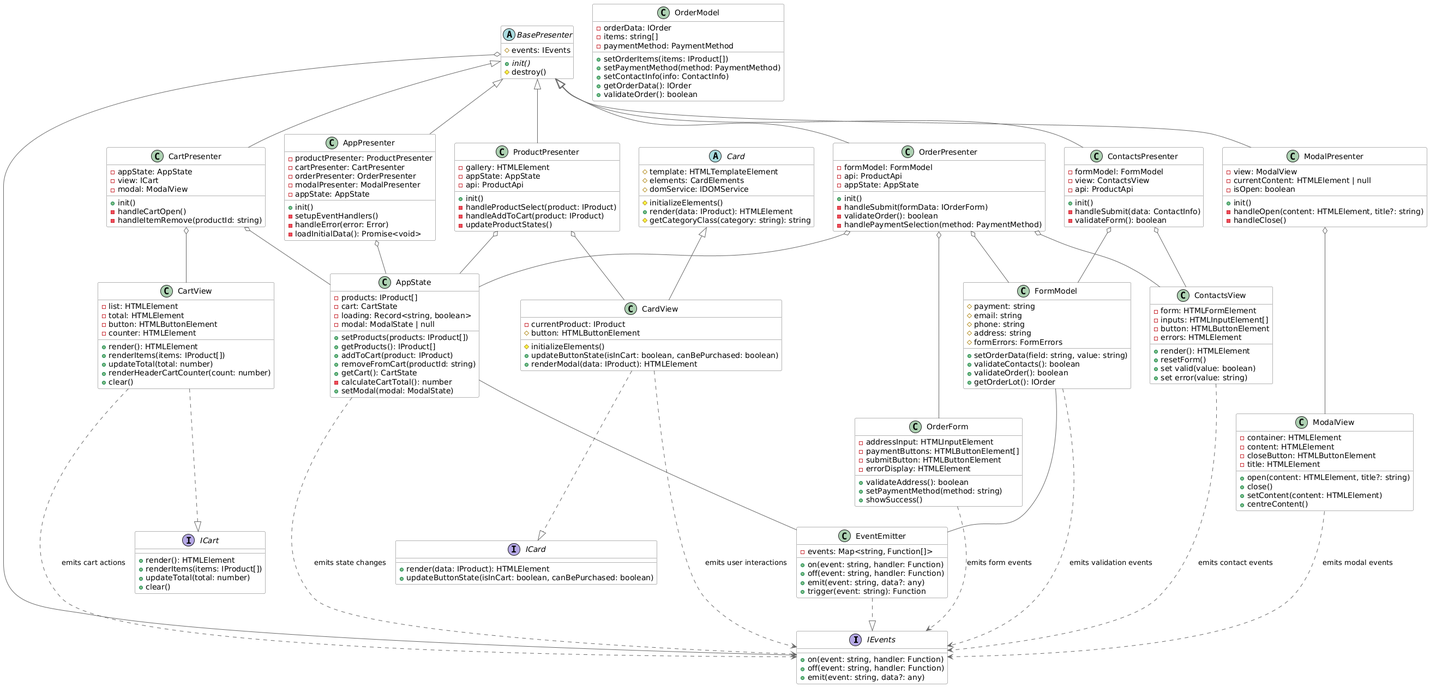
This is UML.png from Olliekse/web-larek-frontend, a PlantUML export, as it was before one commit.
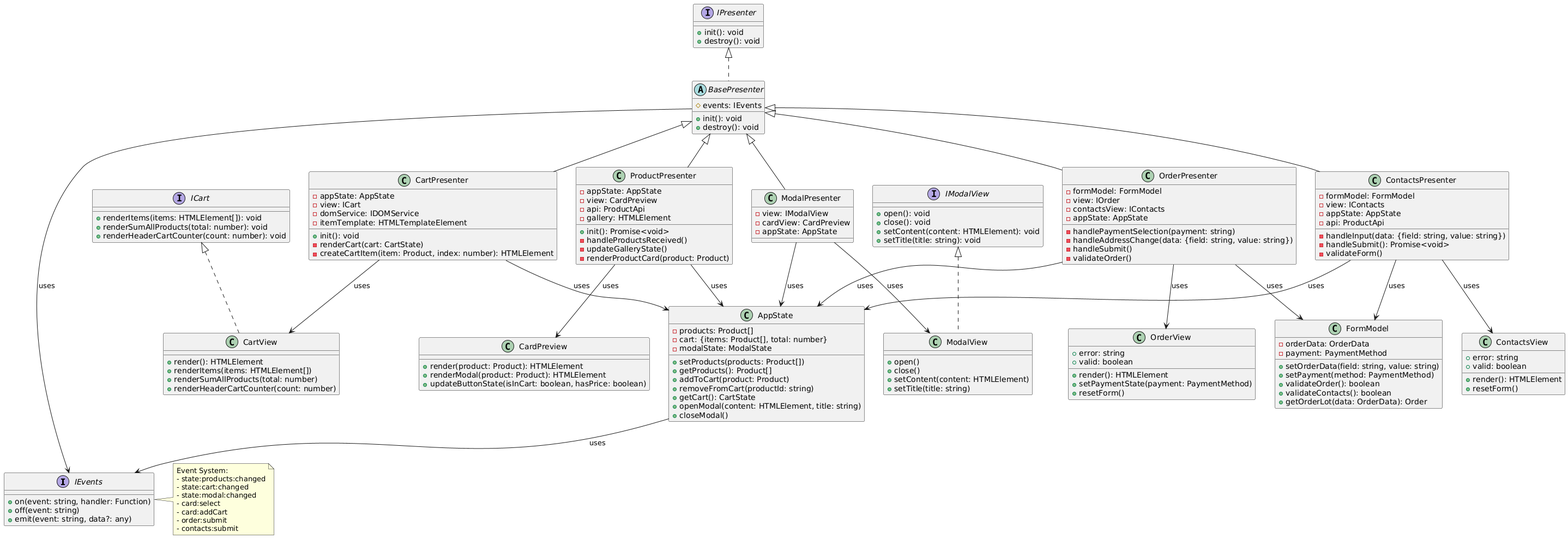
The same diagram one commit later.

Diff of the diagram source:
```diff
@@ -1,227 +1,163 @@
 @startuml
-skinparam class {
-    BackgroundColor White
-    ArrowColor #666666
-    BorderColor #666666
+interface IEvents {
+  +on(event: string, handler: Function)
+  +off(event: string)
+  +emit(event: string, data?: any)
 }
 
-interface IEvents {
-    +on(event: string, handler: Function)
-    +off(event: string, handler: Function)
-    +emit(event: string, data?: any)
+interface IPresenter {
+  +init(): void
+  +destroy(): void
 }
 
-interface ICard {
-    +render(data: IProduct): HTMLElement
-    +updateButtonState(isInCart: boolean, canBePurchased: boolean)
+interface IModalView {
+  +open(): void
+  +close(): void
+  +setContent(content: HTMLElement): void
+  +setTitle(title: string): void
 }
 
 interface ICart {
-    +render(): HTMLElement
-    +renderItems(items: IProduct[])
-    +updateTotal(total: number)
-    +clear()
+  +renderItems(items: HTMLElement[]): void
+  +renderSumAllProducts(total: number): void
+  +renderHeaderCartCounter(count: number): void
 }
 
-abstract class BasePresenter {
-    #events: IEvents
-    +{abstract} init()
-    #destroy()
-}
-
-abstract class Card {
-    #template: HTMLTemplateElement
-    #elements: CardElements
-    #domService: IDOMService
-    #initializeElements()
-    +render(data: IProduct): HTMLElement
-    #getCategoryClass(category: string): string
-}
-
-class EventEmitter {
-    -events: Map<string, Function[]>
-    +on(event: string, handler: Function)
-    +off(event: string, handler: Function)
-    +emit(event: string, data?: any)
-    +trigger(event: string): Function
+abstract class BasePresenter implements IPresenter {
+  #events: IEvents
+  +init(): void
+  +destroy(): void
 }
 
 class AppState {
-    -products: IProduct[]
-    -cart: CartState
-    -loading: Record<string, boolean>
-    -modal: ModalState | null
-    +setProducts(products: IProduct[])
-    +getProducts(): IProduct[]
-    +addToCart(product: IProduct)
-    +removeFromCart(productId: string)
-    +getCart(): CartState
-    -calculateCartTotal(): number
-    +setModal(modal: ModalState)
+  -products: Product[]
+  -cart: {items: Product[], total: number}
+  -modalState: ModalState
+  +setProducts(products: Product[])
+  +getProducts(): Product[]
+  +addToCart(product: Product)
+  +removeFromCart(productId: string)
+  +getCart(): CartState
+  +openModal(content: HTMLElement, title: string)
+  +closeModal()
 }
 
 class FormModel {
-    #payment: string
-    #email: string
-    #phone: string
-    #address: string
-    #formErrors: FormErrors
-    +setOrderData(field: string, value: string)
-    +validateContacts(): boolean
-    +validateOrder(): boolean
-    +getOrderLot(): IOrder
+  -orderData: OrderData
+  -payment: PaymentMethod
+  +setOrderData(field: string, value: string)
+  +setPayment(method: PaymentMethod)
+  +validateOrder(): boolean
+  +validateContacts(): boolean
+  +getOrderLot(data: OrderData): Order
 }
 
-class OrderModel {
-    -orderData: IOrder
-    -items: string[]
-    -paymentMethod: PaymentMethod
-    +setOrderItems(items: IProduct[])
-    +setPaymentMethod(method: PaymentMethod)
-    +setContactInfo(info: ContactInfo)
-    +getOrderData(): IOrder
-    +validateOrder(): boolean
+class ProductPresenter extends BasePresenter {
+  -appState: AppState
+  -view: CardPreview
+  -api: ProductApi
+  -gallery: HTMLElement
+  +init(): Promise<void>
+  -handleProductsReceived()
+  -updateGalleryState()
+  -renderProductCard(product: Product)
 }
 
-class CardView extends Card {
-    -currentProduct: IProduct
-    #button: HTMLButtonElement
-    #initializeElements()
-    +updateButtonState(isInCart: boolean, canBePurchased: boolean)
-    +renderModal(data: IProduct): HTMLElement
+class CartPresenter extends BasePresenter {
+  -appState: AppState
+  -view: ICart
+  -domService: IDOMService
+  -itemTemplate: HTMLTemplateElement
+  +init(): void
+  -renderCart(cart: CartState)
+  -createCartItem(item: Product, index: number): HTMLElement
 }
 
-class CartView {
-    -list: HTMLElement
-    -total: HTMLElement
-    -button: HTMLButtonElement
-    -counter: HTMLElement
-    +render(): HTMLElement
-    +renderItems(items: IProduct[])
-    +updateTotal(total: number)
-    +renderHeaderCartCounter(count: number)
-    +clear()
+class OrderPresenter extends BasePresenter {
+  -formModel: FormModel
+  -view: IOrder
+  -contactsView: IContacts
+  -appState: AppState
+  -handlePaymentSelection(payment: string)
+  -handleAddressChange(data: {field: string, value: string})
+  -handleSubmit()
+  -validateOrder()
 }
 
-class OrderForm {
-    -addressInput: HTMLInputElement
-    -paymentButtons: HTMLButtonElement[]
-    -submitButton: HTMLButtonElement
-    -errorDisplay: HTMLElement
-    +validateAddress(): boolean
-    +setPaymentMethod(method: string)
-    +showSuccess()
+class ContactsPresenter extends BasePresenter {
+  -formModel: FormModel
+  -view: IContacts
+  -appState: AppState
+  -api: ProductApi
+  -handleInput(data: {field: string, value: string})
+  -handleSubmit(): Promise<void>
+  -validateForm()
 }
 
-class ModalView {
-    -container: HTMLElement
-    -content: HTMLElement
-    -closeButton: HTMLButtonElement
-    -title: HTMLElement
-    +open(content: HTMLElement, title?: string)
-    +close()
-    +setContent(content: HTMLElement)
-    +centreContent()
+class ModalPresenter extends BasePresenter {
+  -view: IModalView
+  -cardView: CardPreview
+  -appState: AppState
+}
+
+class CardPreview {
+  +render(product: Product): HTMLElement
+  +renderModal(product: Product): HTMLElement
+  +updateButtonState(isInCart: boolean, hasPrice: boolean)
+}
+
+class CartView implements ICart {
+  +render(): HTMLElement
+  +renderItems(items: HTMLElement[])
+  +renderSumAllProducts(total: number)
+  +renderHeaderCartCounter(count: number)
+}
+
+class OrderView {
+  +render(): HTMLElement
+  +setPaymentState(payment: PaymentMethod)
+  +resetForm()
+  +error: string
+  +valid: boolean
 }
 
 class ContactsView {
-    -form: HTMLFormElement
-    -inputs: HTMLInputElement[]
-    -button: HTMLButtonElement
-    -errors: HTMLElement
-    +render(): HTMLElement
-    +resetForm()
-    +set valid(value: boolean)
-    +set error(value: string)
+  +render(): HTMLElement
+  +resetForm()
+  +error: string
+  +valid: boolean
 }
 
-class ProductPresenter extends BasePresenter {
-    -gallery: HTMLElement
-    -appState: AppState
-    -api: ProductApi
-    +init()
-    -handleProductSelect(product: IProduct)
-    -handleAddToCart(product: IProduct)
-    -updateProductStates()
+class ModalView implements IModalView {
+  +open()
+  +close()
+  +setContent(content: HTMLElement)
+  +setTitle(title: string)
 }
 
-class CartPresenter extends BasePresenter {
-    -appState: AppState
-    -view: ICart
-    -modal: ModalView
-    +init()
-    -handleCartOpen()
-    -handleItemRemove(productId: string)
-}
+AppState --> IEvents : uses
+BasePresenter --> IEvents : uses
+ProductPresenter --> AppState : uses
+ProductPresenter --> CardPreview : uses
+CartPresenter --> AppState : uses
+CartPresenter --> CartView : uses
+OrderPresenter --> AppState : uses
+OrderPresenter --> FormModel : uses
+OrderPresenter --> OrderView : uses
+ContactsPresenter --> AppState : uses
+ContactsPresenter --> FormModel : uses
+ContactsPresenter --> ContactsView : uses
+ModalPresenter --> AppState : uses
+ModalPresenter --> ModalView : uses
 
-class OrderPresenter extends BasePresenter {
-    -formModel: FormModel
-    -api: ProductApi
-    -appState: AppState
-    +init()
-    -handleSubmit(formData: IOrderForm)
-    -validateOrder(): boolean
-    -handlePaymentSelection(method: PaymentMethod)
-}
-
-class ModalPresenter extends BasePresenter {
-    -view: ModalView
-    -currentContent: HTMLElement | null
-    -isOpen: boolean
-    +init()
-    -handleOpen(content: HTMLElement, title?: string)
-    -handleClose()
-}
-
-class ContactsPresenter extends BasePresenter {
-    -formModel: FormModel
-    -view: ContactsView
-    -api: ProductApi
-    +init()
-    -handleSubmit(data: ContactInfo)
-    -validateForm(): boolean
-}
-
-class AppPresenter extends BasePresenter {
-    -productPresenter: ProductPresenter
-    -cartPresenter: CartPresenter
-    -orderPresenter: OrderPresenter
-    -modalPresenter: ModalPresenter
-    -appState: AppState
-    +init()
-    -setupEventHandlers()
-    -handleError(error: Error)
-    -loadInitialData(): Promise<void>
-}
-
-EventEmitter ..|> IEvents
-
-BasePresenter o-- IEvents
-ProductPresenter o-- AppState
-CartPresenter o-- AppState
-OrderPresenter o-- AppState
-OrderPresenter o-- FormModel
-ModalPresenter o-- ModalView
-ContactsPresenter o-- FormModel
-ContactsPresenter o-- ContactsView
-AppPresenter o-- AppState
-
-CardView ..|> ICard
-CartView ..|> ICart
-
-ProductPresenter o-- CardView
-CartPresenter o-- CartView
-OrderPresenter o-- OrderForm
-OrderPresenter o-- ContactsView
-
-AppState -- EventEmitter
-FormModel -- EventEmitter
-
-AppState ..> IEvents : emits state changes
-FormModel ..> IEvents : emits validation events
-CardView ..> IEvents : emits user interactions
-CartView ..> IEvents : emits cart actions
-OrderForm ..> IEvents : emits form events
-ContactsView ..> IEvents : emits contact events
-ModalView ..> IEvents : emits modal events
+note right of IEvents
+  Event System:
+  - state:products:changed
+  - state:cart:changed
+  - state:modal:changed
+  - card:select
+  - card:addCart
+  - order:submit
+  - contacts:submit
+end note
 @enduml
```
